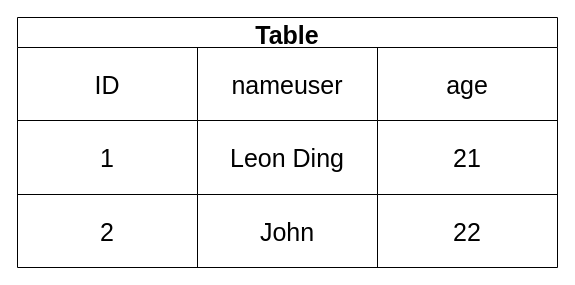
auula/draw.io keeps this draw.io diagram as tables.drawio. Above is the earlier version. Source tidied: cells renumbered, new cells numbered last; positions are measured from the earlier drawing's top-left corner, leaving out a move shared by most shapes. Both pictures are drawn from the tidied source at 100%, with x=0, y=0 at pixel (17, 17).
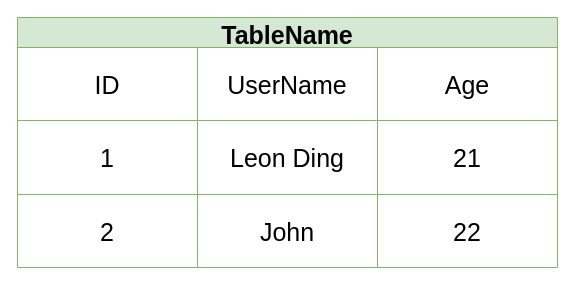
The same page after the edit.

Change to the diagram source:
```diff
@@
 <mxGraphModel>
   <root>
     <mxCell id="0" />
     <mxCell id="1" parent="0" />
-    <mxCell id="2" value="Table" style="shape=table;startSize=30;childLayout=tableLayout;fontStyle=1;align=center;strokeWidth=1;fontSize=25;" parent="1" vertex="1">
+    <mxCell id="2" value="TableName" style="shape=table;startSize=30;childLayout=tableLayout;fontStyle=1;align=center;strokeWidth=1;fontSize=25;fillColor=#d5e8d4;strokeColor=#82b366;" parent="1" vertex="1">
       <mxGeometry width="540" height="250" as="geometry" />
     </mxCell>
     <mxCell id="3" style="shape=partialRectangle;html=1;whiteSpace=wrap;fillColor=none;top=0;left=0;bottom=0;right=0;strokeWidth=1;fontSize=25;" parent="2" vertex="1">
       <mxGeometry y="30" width="540" height="73" as="geometry" />
     </mxCell>
     <mxCell id="4" value="&lt;font style=&quot;font-size: 25px;&quot;&gt;ID&lt;/font&gt;" style="shape=partialRectangle;html=1;whiteSpace=wrap;fillColor=none;top=0;left=0;bottom=0;right=0;overflow=hidden;strokeWidth=1;fontSize=25;" parent="3" vertex="1">
       <mxGeometry width="180" height="73" as="geometry" />
     </mxCell>
-    <mxCell id="5" value="&lt;font style=&quot;font-size: 25px;&quot;&gt;nameuser&lt;/font&gt;" style="shape=partialRectangle;html=1;whiteSpace=wrap;fillColor=none;top=0;left=0;bottom=0;right=0;overflow=hidden;strokeWidth=1;fontSize=25;" parent="3" vertex="1">
+    <mxCell id="5" value="UserName" style="shape=partialRectangle;html=1;whiteSpace=wrap;fillColor=none;top=0;left=0;bottom=0;right=0;overflow=hidden;strokeWidth=1;fontSize=25;" parent="3" vertex="1">
       <mxGeometry x="180" width="180" height="73" as="geometry" />
     </mxCell>
-    <mxCell id="6" value="&lt;font style=&quot;font-size: 25px;&quot;&gt;age&lt;/font&gt;" style="shape=partialRectangle;html=1;whiteSpace=wrap;fillColor=none;top=0;left=0;bottom=0;right=0;overflow=hidden;strokeWidth=1;fontSize=25;" parent="3" vertex="1">
+    <mxCell id="6" value="Age" style="shape=partialRectangle;html=1;whiteSpace=wrap;fillColor=none;top=0;left=0;bottom=0;right=0;overflow=hidden;strokeWidth=1;fontSize=25;" parent="3" vertex="1">
       <mxGeometry x="360" width="180" height="73" as="geometry" />
     </mxCell>
     <mxCell id="7" style="shape=partialRectangle;html=1;whiteSpace=wrap;fillColor=none;top=0;left=0;bottom=0;right=0;strokeWidth=1;fontSize=25;" parent="2" vertex="1">
       <mxGeometry y="103" width="540" height="74" as="geometry" />
     </mxCell>
     <mxCell id="8" value="&lt;font style=&quot;font-size: 25px;&quot;&gt;1&lt;/font&gt;" style="shape=partialRectangle;html=1;whiteSpace=wrap;fillColor=none;top=0;left=0;bottom=0;right=0;overflow=hidden;strokeWidth=1;fontSize=25;" parent="7" vertex="1">
       <mxGeometry width="180" height="74" as="geometry" />
     </mxCell>
     <mxCell id="9" value="Leon Ding" style="shape=partialRectangle;html=1;whiteSpace=wrap;fillColor=none;top=0;left=0;bottom=0;right=0;overflow=hidden;strokeWidth=1;fontSize=25;" parent="7" vertex="1">
       <mxGeometry x="180" width="180" height="74" as="geometry" />
     </mxCell>
     <mxCell id="10" value="21" style="shape=partialRectangle;html=1;whiteSpace=wrap;fillColor=none;top=0;left=0;bottom=0;right=0;overflow=hidden;strokeWidth=1;fontSize=25;" parent="7" vertex="1">
       <mxGeometry x="360" width="180" height="74" as="geometry" />
     </mxCell>
     <mxCell id="11" style="shape=partialRectangle;html=1;whiteSpace=wrap;fillColor=none;top=0;left=0;bottom=0;right=0;strokeWidth=1;fontSize=25;" parent="2" vertex="1">
       <mxGeometry y="177" width="540" height="73" as="geometry" />
     </mxCell>
     <mxCell id="12" value="&lt;font style=&quot;font-size: 25px;&quot;&gt;2&lt;/font&gt;" style="shape=partialRectangle;html=1;whiteSpace=wrap;fillColor=none;top=0;left=0;bottom=0;right=0;overflow=hidden;strokeWidth=1;fontSize=25;" parent="11" vertex="1">
       <mxGeometry width="180" height="73" as="geometry" />
     </mxCell>
     <mxCell id="13" value="John" style="shape=partialRectangle;html=1;whiteSpace=wrap;fillColor=none;top=0;left=0;bottom=0;right=0;overflow=hidden;strokeWidth=1;fontSize=25;" parent="11" vertex="1">
       <mxGeometry x="180" width="180" height="73" as="geometry" />
     </mxCell>
     <mxCell id="14" value="22" style="shape=partialRectangle;html=1;whiteSpace=wrap;fillColor=none;top=0;left=0;bottom=0;right=0;overflow=hidden;strokeWidth=1;fontSize=25;" parent="11" vertex="1">
       <mxGeometry x="360" width="180" height="73" as="geometry" />
     </mxCell>
   </root>
 </mxGraphModel>
```
